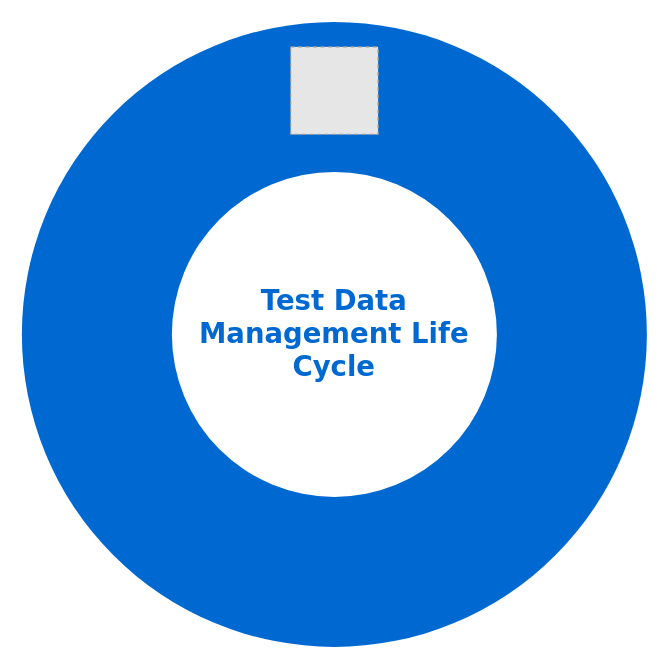
Before: tdm-tools/Test Data Mgmt flow.drawio in jigneshadesara90/tdm-diagram, a draw.io diagram. Source tidied: cells renumbered, new cells numbered last; positions are measured from the earlier drawing's top-left corner, leaving out a move shared by most shapes. Both pictures are drawn from the tidied source at 125%, with x=0, y=0 at pixel (21, 21). Pictures stored in the file or linked from it are replaced by grey dashed boxes.
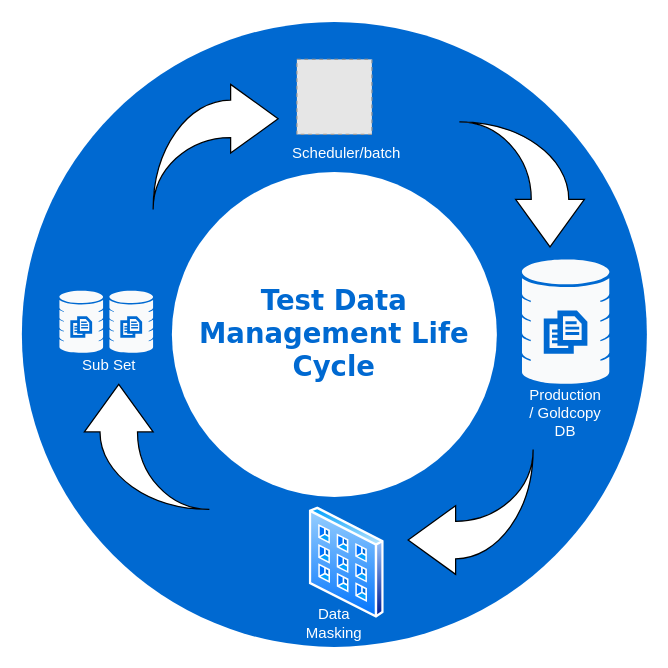
Above is the later version.

Change to the diagram source:
```diff
@@
 <mxGraphModel>
   <root>
     <mxCell id="0" />
     <mxCell id="1" parent="0" />
     <mxCell id="2" style="ellipse;whiteSpace=wrap;html=1;rounded=0;shadow=0;comic=0;strokeWidth=1;fontFamily=Verdana;fontSize=14;strokeColor=none;fillColor=#0069D1;" parent="1" vertex="1">
       <mxGeometry width="500" height="500" as="geometry" />
     </mxCell>
     <mxCell id="3" value="Test Data Management Life Cycle" style="ellipse;whiteSpace=wrap;html=1;rounded=0;shadow=0;comic=0;strokeWidth=1;fontFamily=Verdana;fontSize=22;strokeColor=none;fillColor=#ffffff;fontColor=#0069D1;fontStyle=1;" parent="1" vertex="1">
       <mxGeometry x="120" y="120" width="260" height="260" as="geometry" />
     </mxCell>
-    <mxCell id="4" style="fillColor=#E6E6E6;strokeColor=#999999;dashed=1;html=1;verticalAlign=top;verticalLabelPosition=bottom;labelBackgroundColor=#ffffff;align=center;" parent="1" vertex="1">
-      <mxGeometry x="215" y="20" width="70" height="70" as="geometry" />
+    <mxCell id="4" style="fillColor=#E6E6E6;strokeColor=#999999;dashed=1;verticalAlign=top;verticalLabelPosition=bottom;labelBackgroundColor=#ffffff;align=center;html=1;" parent="1" vertex="1">
+      <mxGeometry x="220" y="30" width="60" height="60" as="geometry" />
     </mxCell>
+    <mxCell id="5" style="image;perimeter=ellipsePerimeter;html=1;align=center;shadow=0;dashed=0;spacingTop=3;image=img/lib/active_directory/input_output_filter.svg;" parent="1" vertex="1">
+      <mxGeometry x="230" y="388" width="60" height="89.5" as="geometry" />
+    </mxCell>
+    <mxCell id="6" style="sketch=0;html=1;strokeColor=none;shadow=0;fillColor=#f9fafb;verticalAlign=top;labelPosition=center;verticalLabelPosition=bottom;shape=mxgraph.gcp2.database_3;" parent="1" vertex="1">
+      <mxGeometry x="400" y="190" width="70" height="100" as="geometry" />
+    </mxCell>
+    <mxCell id="7" style="sketch=0;html=1;strokeColor=none;shadow=0;fillColor=#f9fafb;verticalAlign=top;labelPosition=center;verticalLabelPosition=bottom;shape=mxgraph.gcp2.database_3;" parent="1" vertex="1">
+      <mxGeometry x="30" y="215" width="35" height="50" as="geometry" />
+    </mxCell>
+    <mxCell id="8" style="sketch=0;html=1;strokeColor=none;shadow=0;fillColor=#f9fafb;verticalAlign=top;labelPosition=center;verticalLabelPosition=bottom;shape=mxgraph.gcp2.database_3;" parent="1" vertex="1">
+      <mxGeometry x="70" y="215" width="35" height="50" as="geometry" />
+    </mxCell>
+    <mxCell id="9" style="html=1;shadow=0;dashed=0;align=center;verticalAlign=middle;shape=mxgraph.arrows2.jumpInArrow;dy=15;dx=38;arrowHead=55;direction=south;" parent="1" vertex="1">
+      <mxGeometry x="350" y="80" width="100" height="100" as="geometry" />
+    </mxCell>
+    <mxCell id="10" style="html=1;shadow=0;dashed=0;align=center;verticalAlign=middle;shape=mxgraph.arrows2.jumpInArrow;dy=15;dx=38;arrowHead=55;" parent="1" vertex="1">
+      <mxGeometry x="105" y="50" width="100" height="100" as="geometry" />
+    </mxCell>
+    <mxCell id="11" style="html=1;shadow=0;dashed=0;align=center;verticalAlign=middle;shape=mxgraph.arrows2.jumpInArrow;dy=15;dx=38;arrowHead=55;direction=north;" parent="1" vertex="1">
+      <mxGeometry x="50" y="290" width="100" height="100" as="geometry" />
+    </mxCell>
+    <mxCell id="12" style="html=1;shadow=0;dashed=0;align=center;verticalAlign=middle;shape=mxgraph.arrows2.jumpInArrow;dy=15;dx=38;arrowHead=55;direction=west;" parent="1" vertex="1">
+      <mxGeometry x="309" y="342" width="100" height="100" as="geometry" />
+    </mxCell>
+    <mxCell id="13" value="Scheduler/batch" style="text;strokeColor=none;align=center;fillColor=none;html=1;verticalAlign=middle;whiteSpace=wrap;rounded=0;fontColor=#FFFFFF;" parent="1" vertex="1">
+      <mxGeometry x="230" y="90" width="60" height="30" as="geometry" />
+    </mxCell>
+    <mxCell id="14" value="Production / Goldcopy DB" style="text;strokeColor=none;align=center;fillColor=none;html=1;verticalAlign=middle;whiteSpace=wrap;rounded=0;fontColor=#FFFFFF;" parent="1" vertex="1">
+      <mxGeometry x="405" y="298" width="60" height="30" as="geometry" />
+    </mxCell>
+    <mxCell id="15" value="Data Masking" style="text;strokeColor=none;align=center;fillColor=none;html=1;verticalAlign=middle;whiteSpace=wrap;rounded=0;fontColor=#FFFFFF;" parent="1" vertex="1">
+      <mxGeometry x="220" y="466" width="60" height="30" as="geometry" />
+    </mxCell>
+    <mxCell id="16" value="Sub Set" style="text;strokeColor=none;align=center;fillColor=none;html=1;verticalAlign=middle;whiteSpace=wrap;rounded=0;fontColor=#FFFFFF;" parent="1" vertex="1">
+      <mxGeometry x="40" y="260" width="60" height="30" as="geometry" />
+    </mxCell>
   </root>
 </mxGraphModel>
```
